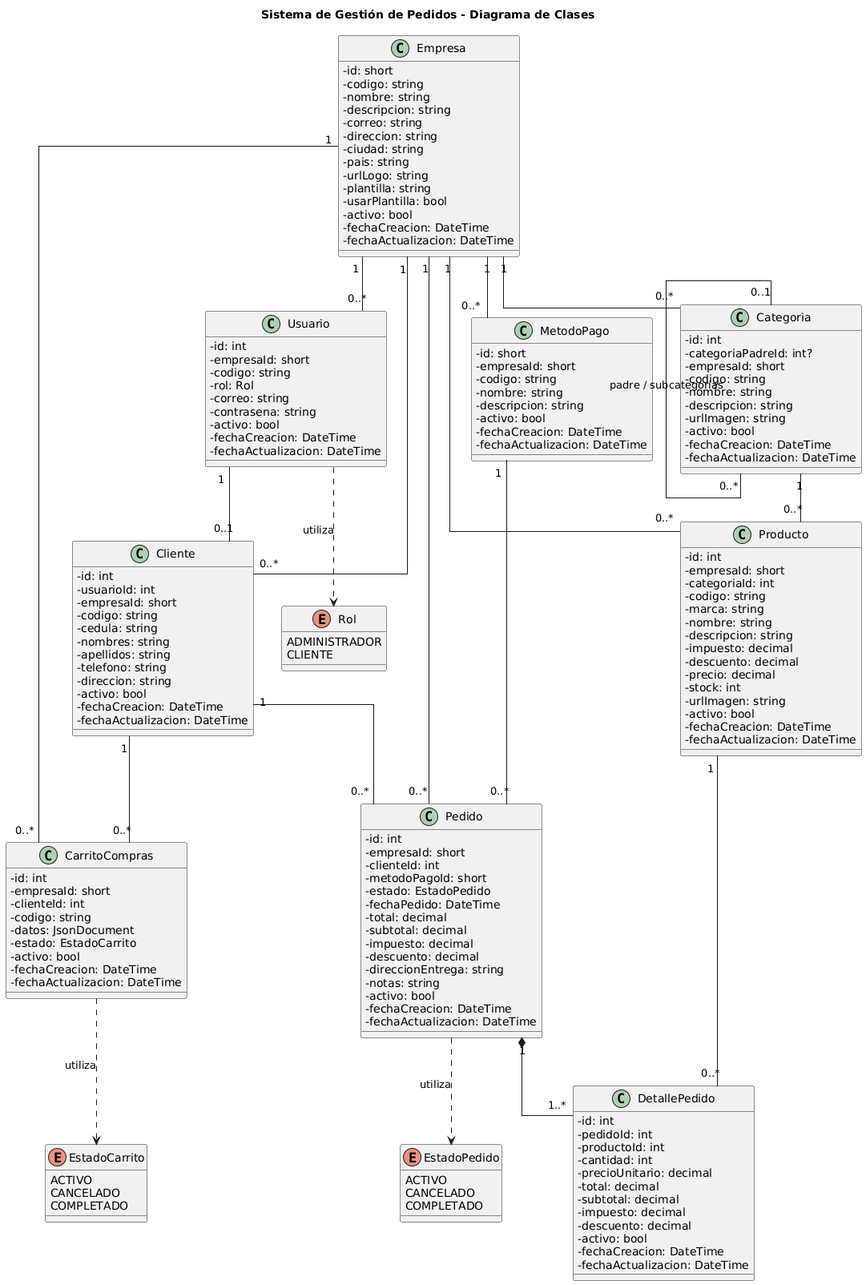
The PlantUML diagram docs/uml/class-diagram.png in Jonnathan1288/order-management-system, before a commit.
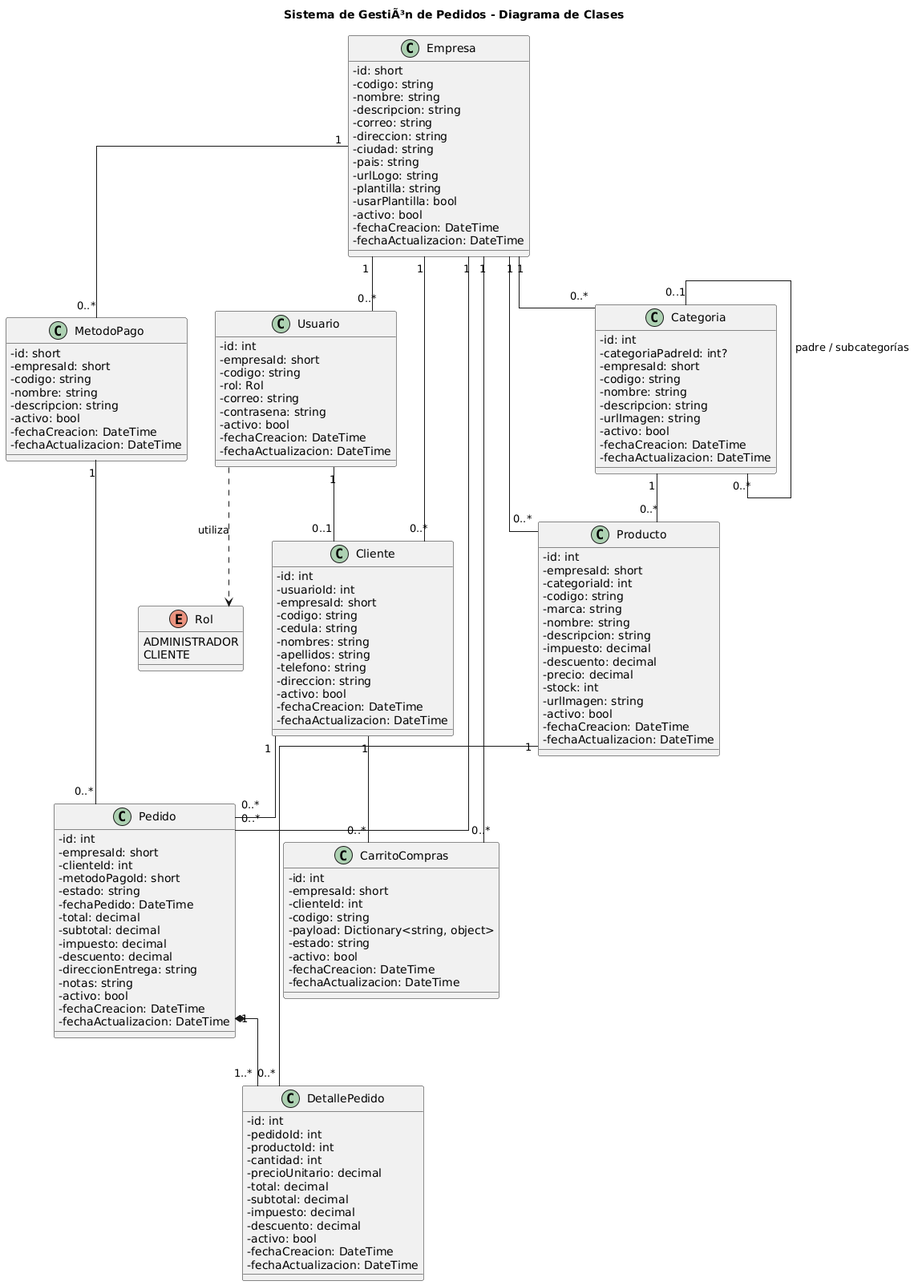
After the commit.

Commit message:
refactor(domain): FT(main) - Remove unused status enum

Diff of the diagram source:
```diff
@@ -1,22 +1,10 @@
 @startuml
-title Sistema de Gestión de Pedidos - Diagrama de Clases
+title Sistema de GestiÃ³n de Pedidos - Diagrama de Clases
 
 skinparam classAttributeIconSize 0
 skinparam linetype ortho
 skinparam shadowing false
 skinparam packageStyle rectangle
-
-enum EstadoPedido {
-  ACTIVO
-  CANCELADO
-  COMPLETADO
-}
-
-enum EstadoCarrito {
-  ACTIVO
-  CANCELADO
-  COMPLETADO
-}
 
 enum Rol {
   ADMINISTRADOR
@@ -114,8 +102,8 @@
   - empresaId: short
   - clienteId: int
   - codigo: string
-  - datos: JsonDocument
-  - estado: EstadoCarrito
+  - payload: Dictionary<string, object>
+  - estado: string
   - activo: bool
   - fechaCreacion: DateTime
   - fechaActualizacion: DateTime
@@ -126,7 +114,7 @@
   - empresaId: short
   - clienteId: int
   - metodoPagoId: short
-  - estado: EstadoPedido
+  - estado: string
   - fechaPedido: DateTime
   - total: decimal
   - subtotal: decimal
@@ -176,6 +164,4 @@
 Producto "1" -- "0..*" DetallePedido
 
 Usuario ..> Rol : utiliza
-CarritoCompras ..> EstadoCarrito : utiliza
-Pedido ..> EstadoPedido : utiliza
 @enduml
```
